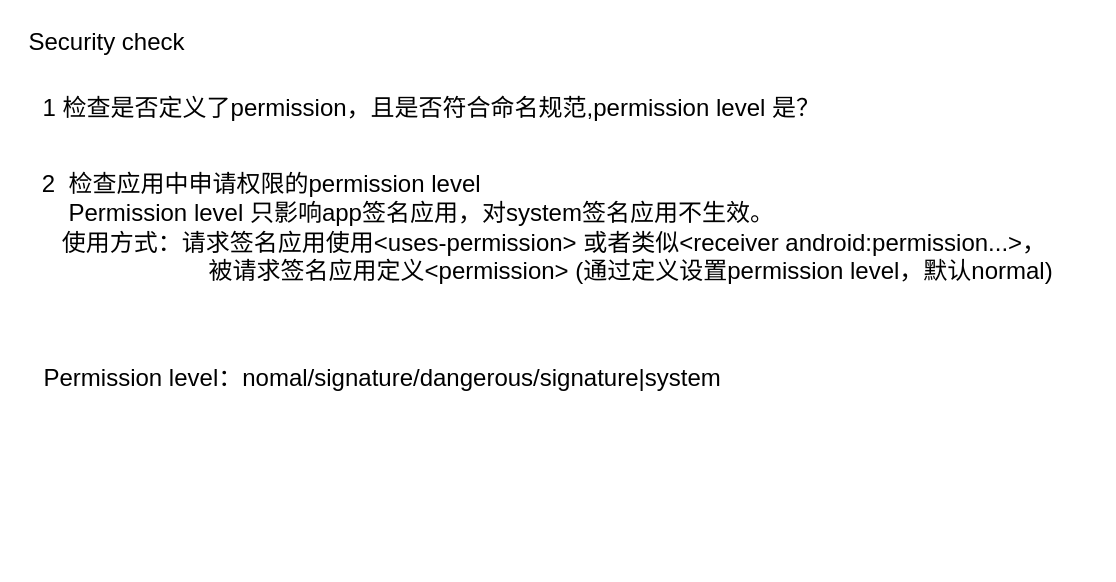
This is page "Security check" (4 of 9) of AF review.drawio from LBACK1912/chart, a draw.io file, before an edit. Source tidied: cells renumbered, new cells numbered last; positions are measured from the earlier drawing's top-left corner, leaving out a move shared by most shapes. Both pictures are drawn from the tidied source at 150%, with x=0, y=0 at pixel (26, 32).
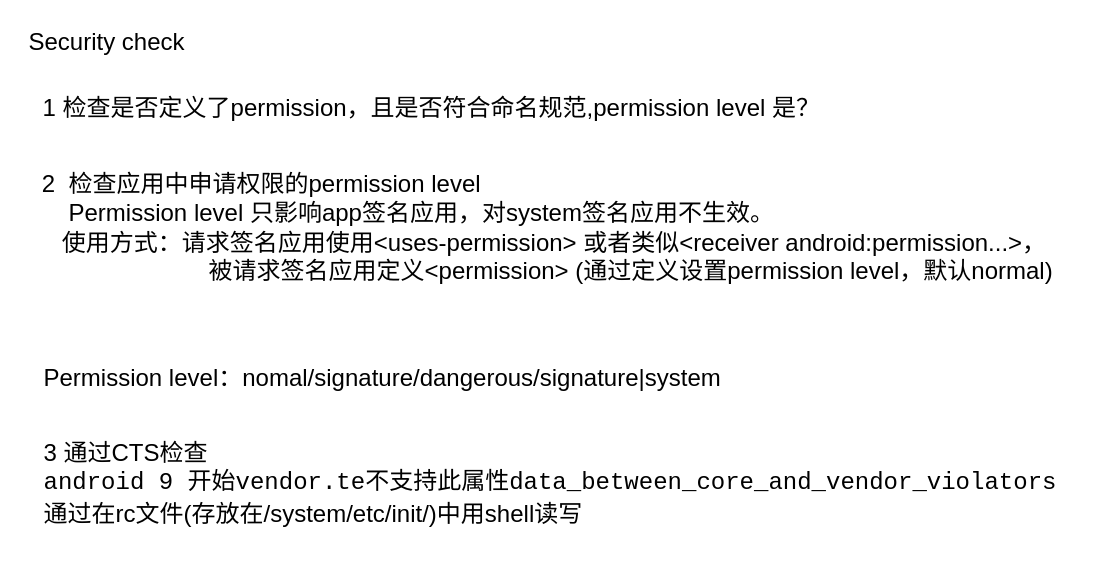
Above is the later version.

The edit, as a diff of the source:
```diff
@@
 <mxGraphModel>
   <root>
     <mxCell id="0" />
     <mxCell id="1" parent="0" />
     <mxCell id="2" value="&lt;div style=&quot;font-size: 16px&quot; align=&quot;left&quot;&gt;&lt;font style=&quot;font-size: 16px&quot;&gt;&lt;font style=&quot;font-size: 16px&quot;&gt;&amp;nbsp; 2&amp;nbsp; 检查应用中申请权限的permission level&lt;/font&gt;&lt;/font&gt;&lt;/div&gt;&lt;div style=&quot;font-size: 16px&quot; align=&quot;left&quot;&gt;&lt;font style=&quot;font-size: 16px&quot;&gt;&amp;nbsp;&amp;nbsp;&amp;nbsp;&amp;nbsp;&amp;nbsp; Permission level 只影响app签名应用，对system签名应用不生效。&lt;/font&gt;&lt;/div&gt;&lt;div style=&quot;font-size: 16px&quot; align=&quot;left&quot;&gt;&lt;font style=&quot;font-size: 16px&quot;&gt;&amp;nbsp;&amp;nbsp;&amp;nbsp;&amp;nbsp; 使用方式：请求签名应用使用&amp;lt;uses-permission&amp;gt; 或者类似&amp;lt;receiver android:permission...&amp;gt;，&lt;/font&gt;&lt;/div&gt;&lt;div style=&quot;font-size: 16px&quot; align=&quot;left&quot;&gt;&lt;font style=&quot;font-size: 16px&quot;&gt;&amp;nbsp;&amp;nbsp;&amp;nbsp;&amp;nbsp;&amp;nbsp;&amp;nbsp;&amp;nbsp;&amp;nbsp;&amp;nbsp;&amp;nbsp;&amp;nbsp;&amp;nbsp;&amp;nbsp;&amp;nbsp;&amp;nbsp;&amp;nbsp;&amp;nbsp;&amp;nbsp;&amp;nbsp;&amp;nbsp;&amp;nbsp;&amp;nbsp;&amp;nbsp;&amp;nbsp;&amp;nbsp;&amp;nbsp; 被请求签名应用定义&amp;lt;permission&amp;gt; (通过定义设置permission level，默认normal)&lt;br&gt;&lt;/font&gt;&lt;/div&gt;" style="text;html=1;align=left;verticalAlign=middle;" parent="1" vertex="1">
       <mxGeometry y="100" width="710" height="60" as="geometry" />
     </mxCell>
     <mxCell id="3" value="&lt;div style=&quot;font-size: 16px&quot; align=&quot;left&quot;&gt;&lt;font style=&quot;font-size: 16px&quot;&gt;Permission level&lt;/font&gt;&lt;font style=&quot;font-size: 16px&quot;&gt;：nomal/signature/dangerous/signature|system&lt;/font&gt;&lt;/div&gt;" style="text;html=1;align=left;verticalAlign=middle;" parent="1" vertex="1">
       <mxGeometry x="10" y="220" width="500" height="20" as="geometry" />
     </mxCell>
     <mxCell id="4" value="&lt;div style=&quot;font-size: 16px&quot; align=&quot;left&quot;&gt;&lt;font style=&quot;font-size: 16px&quot;&gt;Security check&lt;br&gt;&lt;/font&gt;&lt;/div&gt;&lt;div style=&quot;font-size: 16px&quot; align=&quot;left&quot;&gt;&lt;font style=&quot;font-size: 16px&quot;&gt;&lt;br&gt;&lt;/font&gt;&lt;/div&gt;&lt;div style=&quot;font-size: 16px&quot; align=&quot;left&quot;&gt;&lt;font style=&quot;font-size: 16px&quot;&gt;&lt;br&gt;&lt;/font&gt;&lt;/div&gt;" style="text;html=1;align=left;verticalAlign=middle;" parent="1" vertex="1">
       <mxGeometry width="120" height="50" as="geometry" />
     </mxCell>
     <mxCell id="5" value="&lt;font style=&quot;font-size: 16px&quot;&gt;1 检查是否定义了permission，且是否符合命名规范,permission level 是？&lt;br&gt;&lt;/font&gt;" style="text;html=1;align=center;verticalAlign=middle;" parent="1" vertex="1">
       <mxGeometry y="40" width="540" height="20" as="geometry" />
     </mxCell>
+    <mxCell id="6" value="&lt;div style=&quot;font-size: 16px&quot; align=&quot;left&quot;&gt;&lt;font style=&quot;font-size: 16px&quot;&gt;3 通过CTS检查&lt;/font&gt;&lt;/div&gt;&lt;div style=&quot;font-size: 16px&quot; align=&quot;left&quot;&gt;&lt;code dir=&quot;ltr&quot;&gt;android 9 开始vendor.te不支持此属性data_between_core_and_vendor_violators&lt;/code&gt;&lt;/div&gt;&lt;div style=&quot;font-size: 16px&quot; align=&quot;left&quot;&gt;&lt;font style=&quot;font-size: 16px&quot;&gt;通过在rc文件(存放在/system/etc/init/)中用shell读写&lt;br&gt;&lt;/font&gt;&lt;/div&gt;&lt;div style=&quot;font-size: 16px&quot; align=&quot;left&quot;&gt;&lt;font style=&quot;font-size: 16px&quot;&gt;&lt;br&gt;&lt;/font&gt;&lt;/div&gt;" style="text;html=1;align=left;verticalAlign=middle;" parent="1" vertex="1">
+      <mxGeometry x="10" y="280" width="690" height="60" as="geometry" />
+    </mxCell>
   </root>
 </mxGraphModel>
```
